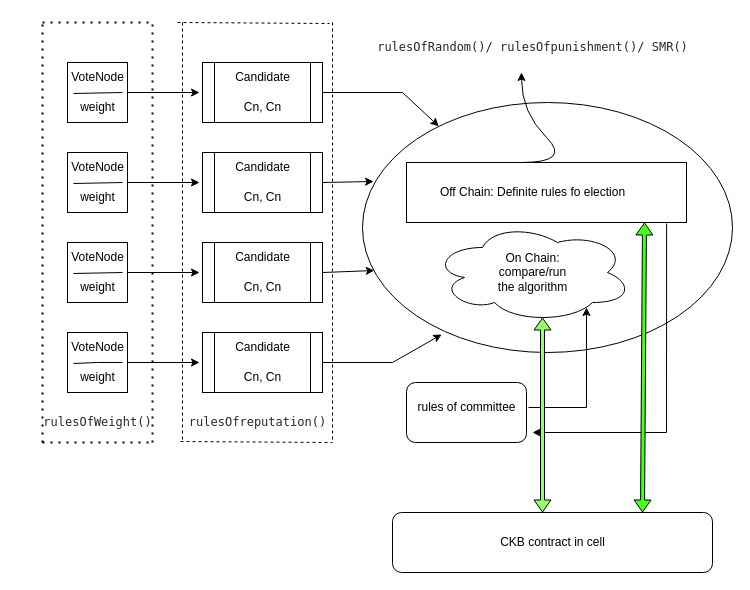
hongda3141/learngit keeps this draw.io diagram as election.drawio. Above is the earlier version. Source tidied: cells renumbered, new cells numbered last; positions are measured from the earlier drawing's top-left corner, leaving out a move shared by most shapes. Both pictures are drawn from the tidied source at 100%, with x=0, y=0 at pixel (17, 17).
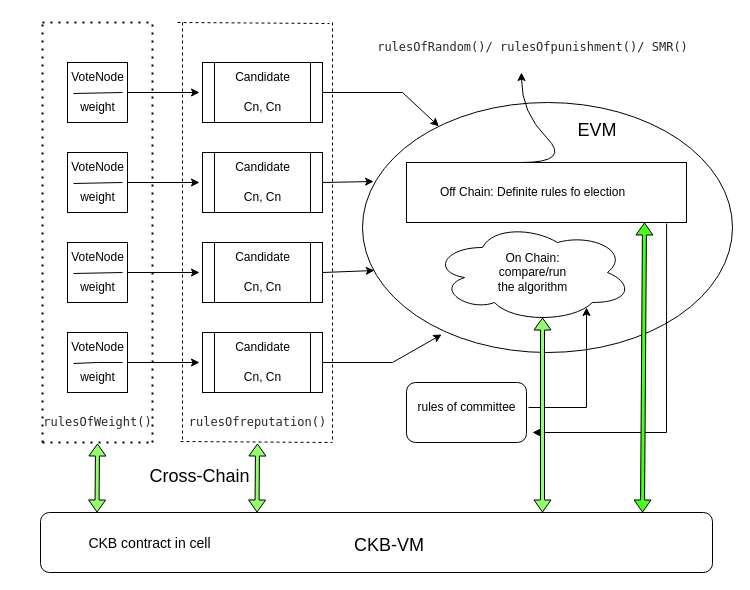
The same page after the edit.

What changed in the source:
```diff
@@
     <mxCell id="61" style="rounded=1;whiteSpace=wrap;html=1;" parent="1" vertex="1">
-      <mxGeometry x="375" y="495" width="320" height="60" as="geometry" />
+      <mxGeometry x="23" y="495" width="672" height="60" as="geometry" />
     </mxCell>
-    <mxCell id="62" value="CKB contract in cell" style="text;html=1;align=center;verticalAlign=middle;fillColor=none;strokeColor=none;rounded=0;" parent="1" vertex="1">
-      <mxGeometry x="470" y="510" width="130" height="30" as="geometry" />
+    <mxCell id="62" value="&lt;font style=&quot;font-size: 14px;&quot;&gt;CKB contract in cell&lt;/font&gt;" style="text;html=1;align=center;verticalAlign=middle;fillColor=none;strokeColor=none;rounded=0;" parent="1" vertex="1">
+      <mxGeometry x="62" y="511" width="140" height="29" as="geometry" />
     </mxCell>
+    <mxCell id="63" style="shape=flexArrow;endArrow=classic;startArrow=classic;html=1;rounded=0;width=4;startSize=3.67;startWidth=12;endWidth=12;endSize=3.67;fillColor=#93FF6B;" parent="1" edge="1">
+      <mxGeometry relative="1" as="geometry">
+        <mxPoint x="239.5" y="495" as="sourcePoint" />
+        <mxPoint x="240" y="426" as="targetPoint" />
+      </mxGeometry>
+    </mxCell>
+    <mxCell id="64" value="Cross-Chain" style="text;strokeColor=none;align=center;fillColor=none;html=1;verticalAlign=middle;whiteSpace=wrap;rounded=0;fontSize=18;" parent="1" vertex="1">
+      <mxGeometry x="110" y="446" width="145" height="25" as="geometry" />
+    </mxCell>
+    <mxCell id="65" style="shape=flexArrow;endArrow=classic;startArrow=classic;html=1;rounded=0;width=4;startSize=3.67;startWidth=12;endWidth=12;endSize=3.67;fillColor=#93FF6B;" parent="1" edge="1">
+      <mxGeometry relative="1" as="geometry">
+        <mxPoint x="79.5" y="495" as="sourcePoint" />
+        <mxPoint x="80" y="426" as="targetPoint" />
+      </mxGeometry>
+    </mxCell>
+    <mxCell id="66" value="&lt;font style=&quot;font-size: 18px;&quot;&gt;CKB-VM&lt;/font&gt;" style="text;strokeColor=none;align=center;fillColor=none;html=1;verticalAlign=middle;whiteSpace=wrap;rounded=0;fontSize=14;" parent="1" vertex="1">
+      <mxGeometry x="309" y="513" width="126" height="30" as="geometry" />
+    </mxCell>
+    <mxCell id="67" value="EVM" style="text;strokeColor=none;align=center;fillColor=none;html=1;verticalAlign=middle;whiteSpace=wrap;rounded=0;fontSize=18;" parent="1" vertex="1">
+      <mxGeometry x="550" y="98" width="60" height="30" as="geometry" />
+    </mxCell>
```
